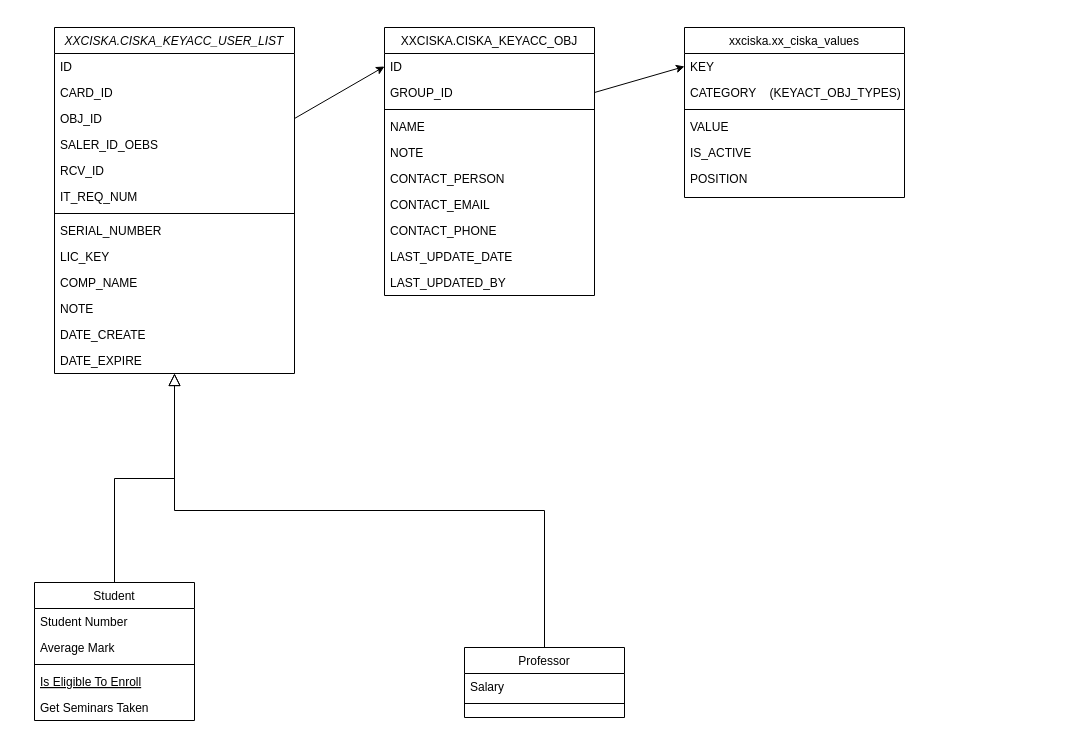
This is page "Page-1" (1 of 2) of Ciska/Учет ЭЦП/Untitled Diagram.drawio from svoyakovav/diagrams, a draw.io file, before an edit. Source tidied: cells renumbered, new cells numbered last; positions are measured from the earlier drawing's top-left corner, leaving out a move shared by most shapes. Both pictures are drawn from the tidied source at 100%, with x=0, y=0 at pixel (34, 27).
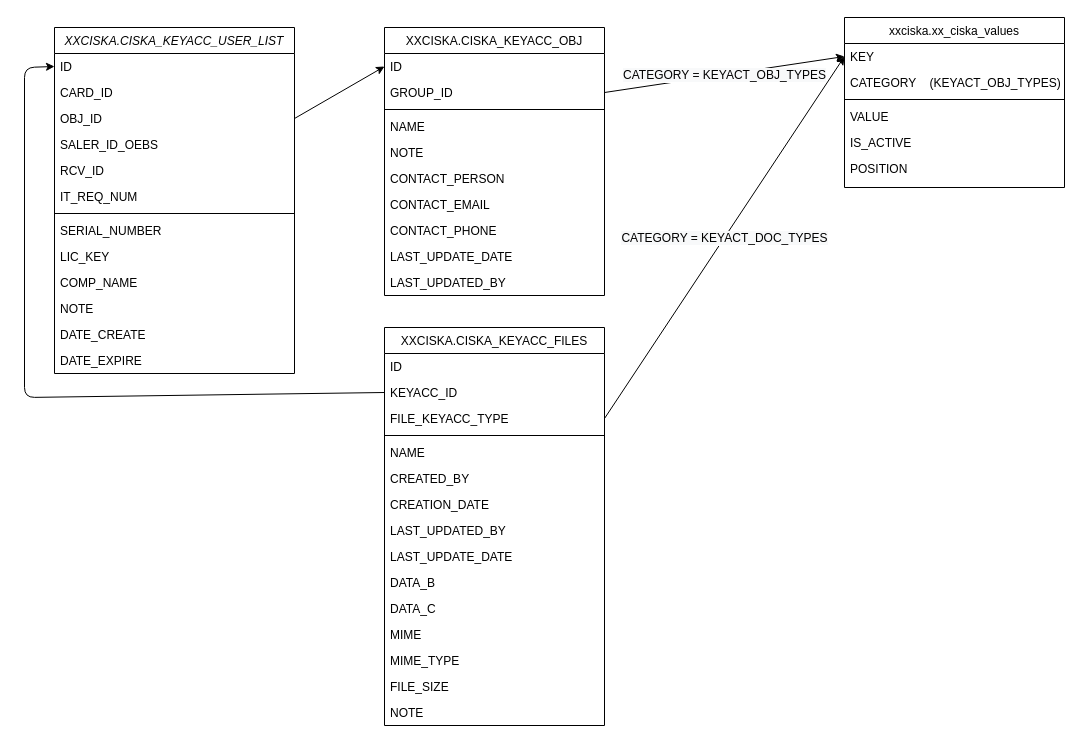
The same page after the edit.

Unchanged cells that the change refers to:
```xml
<mxCell id="2" value="XXCISKA.CISKA_KEYACC_USER_LIST" style="swimlane;fontStyle=2;align=center;verticalAlign=top;horizontal=1;startSize=26;rounded=0;shadow=0;strokeWidth=1;" parent="1" vertex="1">
  <mxGeometry x="20" width="240" height="346" as="geometry" />
</mxCell>
<mxCell id="3" value="ID" style="text;align=left;verticalAlign=top;spacingLeft=4;spacingRight=4;overflow=hidden;points=[[0,0.5],[1,0.5]];portConstraint=eastwest;" parent="2" vertex="1">
  <mxGeometry y="26" width="240" height="26" as="geometry" />
</mxCell>
<mxCell id="40" value="KEY" style="text;align=left;verticalAlign=top;spacingLeft=4;spacingRight=4;overflow=hidden;points=[[0,0.5],[1,0.5]];portConstraint=eastwest;" parent="39" vertex="1">
  <mxGeometry y="26" width="220" height="26" as="geometry" />
</mxCell>
```

Diff of the diagram source:
```diff
@@
-    <mxCell id="16" value="Student" style="swimlane;fontStyle=0;align=center;verticalAlign=top;horizontal=1;startSize=26;rounded=0;shadow=0;strokeWidth=1;" parent="1" vertex="1">
-      <mxGeometry y="555" width="160" height="138" as="geometry" />
-    </mxCell>
-    <mxCell id="17" value="Student Number" style="text;align=left;verticalAlign=top;spacingLeft=4;spacingRight=4;overflow=hidden;" parent="16" vertex="1">
-      <mxGeometry y="26" width="160" height="26" as="geometry" />
-    </mxCell>
-    <mxCell id="18" value="Average Mark" style="text;align=left;verticalAlign=top;spacingLeft=4;spacingRight=4;overflow=hidden;rounded=0;shadow=0;html=0;" parent="16" vertex="1">
-      <mxGeometry y="52" width="160" height="26" as="geometry" />
-    </mxCell>
-    <mxCell id="19" style="line;html=1;strokeWidth=1;align=left;verticalAlign=middle;spacingTop=-1;spacingLeft=3;spacingRight=3;labelPosition=right;" parent="16" vertex="1">
-      <mxGeometry y="78" width="160" height="8" as="geometry" />
-    </mxCell>
-    <mxCell id="20" value="Is Eligible To Enroll" style="text;align=left;verticalAlign=top;spacingLeft=4;spacingRight=4;overflow=hidden;fontStyle=4;" parent="16" vertex="1">
-      <mxGeometry y="86" width="160" height="26" as="geometry" />
-    </mxCell>
-    <mxCell id="21" value="Get Seminars Taken" style="text;align=left;verticalAlign=top;spacingLeft=4;spacingRight=4;overflow=hidden;" parent="16" vertex="1">
-      <mxGeometry y="112" width="160" height="26" as="geometry" />
-    </mxCell>
-    <mxCell id="22" style="endArrow=block;endSize=10;endFill=0;shadow=0;strokeWidth=1;rounded=0;edgeStyle=elbowEdgeStyle;elbow=vertical;" parent="1" edge="1" source="16" target="2">
-      <mxGeometry relative="1" as="geometry" />
-    </mxCell>
-    <mxCell id="23" value="Professor" style="swimlane;fontStyle=0;align=center;verticalAlign=top;horizontal=1;startSize=26;rounded=0;shadow=0;strokeWidth=1;" parent="1" vertex="1">
-      <mxGeometry x="430" y="620" width="160" height="70" as="geometry" />
-    </mxCell>
-    <mxCell id="24" value="Salary" style="text;align=left;verticalAlign=top;spacingLeft=4;spacingRight=4;overflow=hidden;" parent="23" vertex="1">
-      <mxGeometry y="26" width="160" height="26" as="geometry" />
-    </mxCell>
-    <mxCell id="25" style="line;html=1;strokeWidth=1;align=left;verticalAlign=middle;spacingTop=-1;spacingLeft=3;spacingRight=3;labelPosition=right;" parent="23" vertex="1">
-      <mxGeometry y="52" width="160" height="8" as="geometry" />
-    </mxCell>
-    <mxCell id="26" style="endArrow=block;endSize=10;endFill=0;shadow=0;strokeWidth=1;rounded=0;edgeStyle=elbowEdgeStyle;elbow=vertical;" parent="1" edge="1" source="23" target="2">
-      <mxGeometry relative="1" as="geometry" />
-    </mxCell>
     <mxCell id="27" value="XXCISKA.CISKA_KEYACC_OBJ" style="swimlane;fontStyle=0;align=center;verticalAlign=top;horizontal=1;startSize=26;rounded=0;shadow=0;strokeWidth=1;" parent="1" vertex="1">
-      <mxGeometry x="350" width="210" height="268" as="geometry" />
+      <mxGeometry x="350" width="220" height="268" as="geometry" />
     </mxCell>
     <mxCell id="28" value="ID" style="text;align=left;verticalAlign=top;spacingLeft=4;spacingRight=4;overflow=hidden;points=[[0,0.5],[1,0.5]];portConstraint=eastwest;" parent="27" vertex="1">
-      <mxGeometry y="26" width="210" height="26" as="geometry" />
+      <mxGeometry y="26" width="220" height="26" as="geometry" />
     </mxCell>
     <mxCell id="29" value="GROUP_ID" style="text;align=left;verticalAlign=top;spacingLeft=4;spacingRight=4;overflow=hidden;points=[[0,0.5],[1,0.5]];portConstraint=eastwest;rounded=0;shadow=0;html=0;" parent="27" vertex="1">
-      <mxGeometry y="52" width="210" height="26" as="geometry" />
+      <mxGeometry y="52" width="220" height="26" as="geometry" />
     </mxCell>
     <mxCell id="30" style="line;html=1;strokeWidth=1;align=left;verticalAlign=middle;spacingTop=-1;spacingLeft=3;spacingRight=3;labelPosition=right;" parent="27" vertex="1">
-      <mxGeometry y="78" width="210" height="8" as="geometry" />
+      <mxGeometry y="78" width="220" height="8" as="geometry" />
     </mxCell>
     <mxCell id="31" value="NAME" style="text;align=left;verticalAlign=top;spacingLeft=4;spacingRight=4;overflow=hidden;" parent="27" vertex="1">
-      <mxGeometry y="86" width="210" height="26" as="geometry" />
+      <mxGeometry y="86" width="220" height="26" as="geometry" />
     </mxCell>
     <mxCell id="32" value="NOTE" style="text;align=left;verticalAlign=top;spacingLeft=4;spacingRight=4;overflow=hidden;" parent="27" vertex="1">
-      <mxGeometry y="112" width="210" height="26" as="geometry" />
+      <mxGeometry y="112" width="220" height="26" as="geometry" />
     </mxCell>
     <mxCell id="33" value="CONTACT_PERSON" style="text;align=left;verticalAlign=top;spacingLeft=4;spacingRight=4;overflow=hidden;rounded=0;shadow=0;html=0;" parent="27" vertex="1">
-      <mxGeometry y="138" width="210" height="26" as="geometry" />
+      <mxGeometry y="138" width="220" height="26" as="geometry" />
     </mxCell>
     <mxCell id="34" value="CONTACT_EMAIL" style="text;align=left;verticalAlign=top;spacingLeft=4;spacingRight=4;overflow=hidden;rounded=0;shadow=0;html=0;" parent="27" vertex="1">
-      <mxGeometry y="164" width="210" height="26" as="geometry" />
+      <mxGeometry y="164" width="220" height="26" as="geometry" />
     </mxCell>
     <mxCell id="35" value="CONTACT_PHONE" style="text;align=left;verticalAlign=top;spacingLeft=4;spacingRight=4;overflow=hidden;rounded=0;shadow=0;html=0;" parent="27" vertex="1">
-      <mxGeometry y="190" width="210" height="26" as="geometry" />
+      <mxGeometry y="190" width="220" height="26" as="geometry" />
     </mxCell>
     <mxCell id="36" value="LAST_UPDATE_DATE" style="text;align=left;verticalAlign=top;spacingLeft=4;spacingRight=4;overflow=hidden;rounded=0;shadow=0;html=0;" parent="27" vertex="1">
-      <mxGeometry y="216" width="210" height="26" as="geometry" />
+      <mxGeometry y="216" width="220" height="26" as="geometry" />
     </mxCell>
     <mxCell id="37" value="LAST_UPDATED_BY" style="text;align=left;verticalAlign=top;spacingLeft=4;spacingRight=4;overflow=hidden;rounded=0;shadow=0;html=0;" parent="27" vertex="1">
-      <mxGeometry y="242" width="210" height="26" as="geometry" />
+      <mxGeometry y="242" width="220" height="26" as="geometry" />
     </mxCell>
@@
     <mxCell id="39" value="xxciska.xx_ciska_values" style="swimlane;fontStyle=0;align=center;verticalAlign=top;horizontal=1;startSize=26;rounded=0;shadow=0;strokeWidth=1;" parent="1" vertex="1">
-      <mxGeometry x="650" width="220" height="170" as="geometry" />
+      <mxGeometry x="810" y="-10" width="220" height="170" as="geometry" />
     </mxCell>
@@
+    <mxCell id="47" value="XXCISKA.CISKA_KEYACC_FILES" style="swimlane;fontStyle=0;align=center;verticalAlign=top;horizontal=1;startSize=26;rounded=0;shadow=0;strokeWidth=1;" parent="1" vertex="1">
+      <mxGeometry x="350" y="300" width="220" height="398" as="geometry" />
+    </mxCell>
+    <mxCell id="48" value="ID" style="text;align=left;verticalAlign=top;spacingLeft=4;spacingRight=4;overflow=hidden;" parent="47" vertex="1">
+      <mxGeometry y="26" width="220" height="26" as="geometry" />
+    </mxCell>
+    <mxCell id="49" value="KEYACC_ID" style="text;align=left;verticalAlign=top;spacingLeft=4;spacingRight=4;overflow=hidden;points=[[0,0.5],[1,0.5]];portConstraint=eastwest;rounded=0;shadow=0;html=0;" parent="47" vertex="1">
+      <mxGeometry y="52" width="220" height="26" as="geometry" />
+    </mxCell>
+    <mxCell id="50" value="FILE_KEYACC_TYPE" style="text;align=left;verticalAlign=top;spacingLeft=4;spacingRight=4;overflow=hidden;points=[[0,0.5],[1,0.5]];portConstraint=eastwest;rounded=0;shadow=0;html=0;" parent="47" vertex="1">
+      <mxGeometry y="78" width="220" height="26" as="geometry" />
+    </mxCell>
+    <mxCell id="51" style="line;html=1;strokeWidth=1;align=left;verticalAlign=middle;spacingTop=-1;spacingLeft=3;spacingRight=3;labelPosition=right;" parent="47" vertex="1">
+      <mxGeometry y="104" width="220" height="8" as="geometry" />
+    </mxCell>
+    <mxCell id="52" value="NAME" style="text;align=left;verticalAlign=top;spacingLeft=4;spacingRight=4;overflow=hidden;" parent="47" vertex="1">
+      <mxGeometry y="112" width="220" height="26" as="geometry" />
+    </mxCell>
+    <mxCell id="53" value="CREATED_BY" style="text;align=left;verticalAlign=top;spacingLeft=4;spacingRight=4;overflow=hidden;" parent="47" vertex="1">
+      <mxGeometry y="138" width="220" height="26" as="geometry" />
+    </mxCell>
+    <mxCell id="54" value="CREATION_DATE" style="text;align=left;verticalAlign=top;spacingLeft=4;spacingRight=4;overflow=hidden;rounded=0;shadow=0;html=0;" parent="47" vertex="1">
+      <mxGeometry y="164" width="220" height="26" as="geometry" />
+    </mxCell>
+    <mxCell id="55" value="LAST_UPDATED_BY" style="text;align=left;verticalAlign=top;spacingLeft=4;spacingRight=4;overflow=hidden;rounded=0;shadow=0;html=0;" parent="47" vertex="1">
+      <mxGeometry y="190" width="220" height="26" as="geometry" />
+    </mxCell>
+    <mxCell id="56" value="LAST_UPDATE_DATE" style="text;align=left;verticalAlign=top;spacingLeft=4;spacingRight=4;overflow=hidden;rounded=0;shadow=0;html=0;" parent="47" vertex="1">
+      <mxGeometry y="216" width="220" height="26" as="geometry" />
+    </mxCell>
+    <mxCell id="57" value="DATA_B" style="text;align=left;verticalAlign=top;spacingLeft=4;spacingRight=4;overflow=hidden;rounded=0;shadow=0;html=0;" parent="47" vertex="1">
+      <mxGeometry y="242" width="220" height="26" as="geometry" />
+    </mxCell>
+    <mxCell id="58" value="DATA_С" style="text;align=left;verticalAlign=top;spacingLeft=4;spacingRight=4;overflow=hidden;rounded=0;shadow=0;html=0;" parent="47" vertex="1">
+      <mxGeometry y="268" width="220" height="26" as="geometry" />
+    </mxCell>
+    <mxCell id="59" value="MIME" style="text;align=left;verticalAlign=top;spacingLeft=4;spacingRight=4;overflow=hidden;rounded=0;shadow=0;html=0;" parent="47" vertex="1">
+      <mxGeometry y="294" width="220" height="26" as="geometry" />
+    </mxCell>
+    <mxCell id="60" value="MIME_TYPE" style="text;align=left;verticalAlign=top;spacingLeft=4;spacingRight=4;overflow=hidden;rounded=0;shadow=0;html=0;" parent="47" vertex="1">
+      <mxGeometry y="320" width="220" height="26" as="geometry" />
+    </mxCell>
+    <mxCell id="61" value="FILE_SIZE" style="text;align=left;verticalAlign=top;spacingLeft=4;spacingRight=4;overflow=hidden;rounded=0;shadow=0;html=0;" parent="47" vertex="1">
+      <mxGeometry y="346" width="220" height="26" as="geometry" />
+    </mxCell>
+    <mxCell id="62" value="NOTE" style="text;align=left;verticalAlign=top;spacingLeft=4;spacingRight=4;overflow=hidden;rounded=0;shadow=0;html=0;" parent="47" vertex="1">
+      <mxGeometry y="372" width="220" height="26" as="geometry" />
+    </mxCell>
-    <mxCell id="46" style="endArrow=classic;html=1;rounded=0;exitX=1;exitY=0.5;exitDx=0;exitDy=0;entryX=0;entryY=0.5;entryDx=0;entryDy=0;" parent="1" edge="1" source="29" target="40">
+    <mxCell id="46" style="endArrow=classic;html=1;rounded=1;exitX=1;exitY=0.5;exitDx=0;exitDy=0;entryX=0;entryY=0.5;entryDx=0;entryDy=0;" parent="1" edge="1" source="29" target="40">
       <mxGeometry relative="1" as="geometry" />
     </mxCell>
+    <mxCell id="63" value="&lt;span style=&quot;color: rgb(0 , 0 , 0) ; font-family: &amp;#34;helvetica&amp;#34; ; font-size: 12px ; font-style: normal ; font-weight: 400 ; letter-spacing: normal ; text-align: left ; text-indent: 0px ; text-transform: none ; word-spacing: 0px ; background-color: rgb(248 , 249 , 250) ; display: inline ; float: none&quot;&gt;CATEGORY = KEYACT_OBJ_TYPES&lt;/span&gt;" style="edgeLabel;html=1;align=center;verticalAlign=middle;rotation=0;" parent="46" vertex="1">
+      <mxGeometry relative="1" as="geometry" />
+    </mxCell>
+    <mxCell id="64" style="endArrow=classic;html=1;rounded=1;exitX=1;exitY=0.5;exitDx=0;exitDy=0;entryX=0;entryY=0.5;entryDx=0;entryDy=0;" parent="1" edge="1" source="50" target="40">
+      <mxGeometry relative="1" as="geometry" />
+    </mxCell>
+    <mxCell id="65" value="&lt;span style=&quot;color: rgb(0 , 0 , 0) ; font-family: &amp;#34;helvetica&amp;#34; ; font-size: 12px ; font-style: normal ; font-weight: 400 ; letter-spacing: normal ; text-align: left ; text-indent: 0px ; text-transform: none ; word-spacing: 0px ; background-color: rgb(248 , 249 , 250) ; display: inline ; float: none&quot;&gt;CATEGORY = KEYACT_DOC_TYPES&lt;/span&gt;" style="edgeLabel;html=1;align=center;verticalAlign=middle;rotation=0;" parent="64" vertex="1">
+      <mxGeometry relative="1" as="geometry" />
+    </mxCell>
+    <mxCell id="66" style="endArrow=classic;html=1;rounded=1;exitX=0;exitY=0.5;exitDx=0;exitDy=0;entryX=0;entryY=0.5;entryDx=0;entryDy=0;" parent="1" edge="1" source="49" target="3">
+      <mxGeometry relative="1" as="geometry">
+        <Array as="points">
+          <mxPoint x="-10" y="370" />
+          <mxPoint x="-10" y="40" />
+        </Array>
+      </mxGeometry>
+    </mxCell>
```
